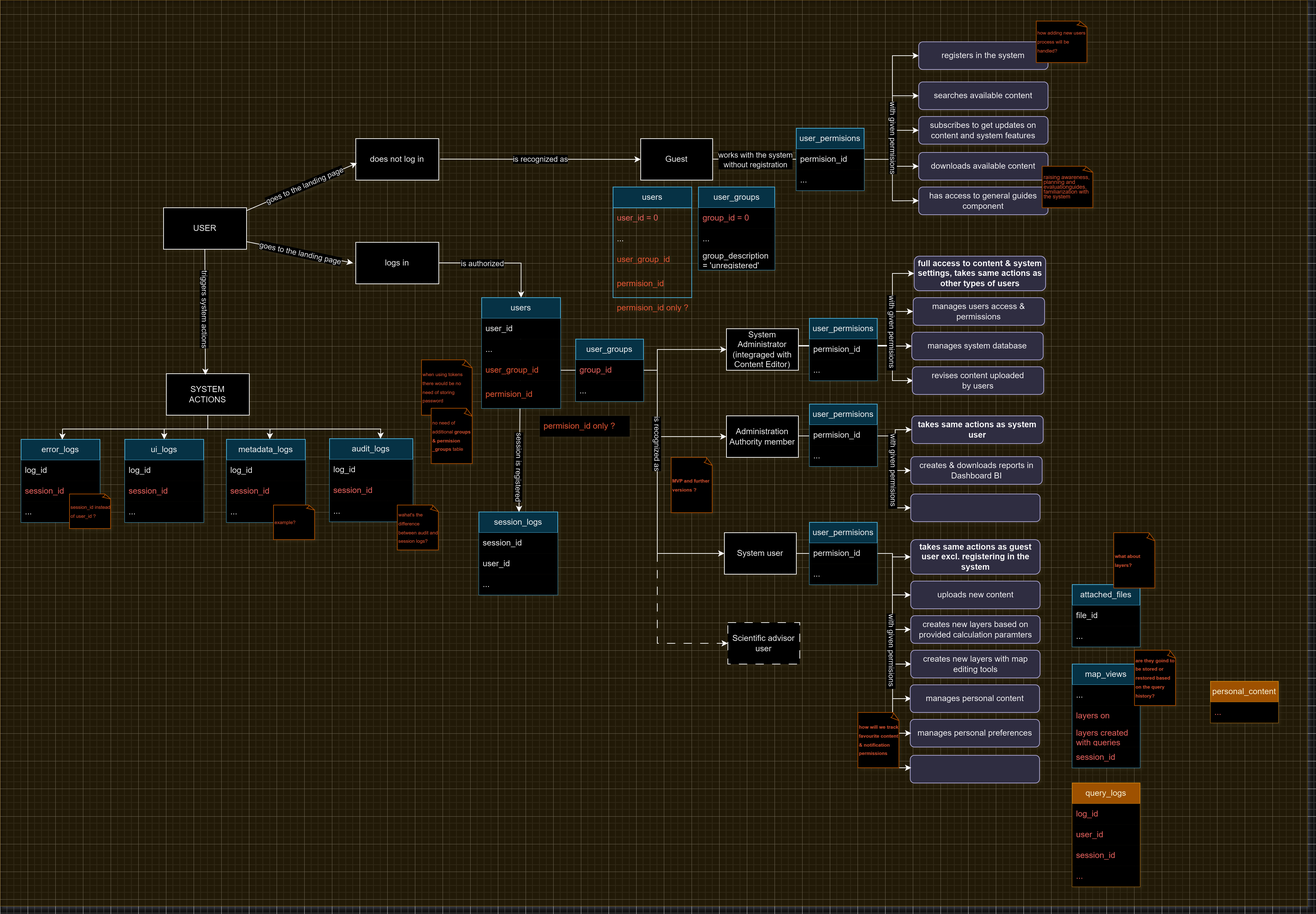
jnowakowska-pl/climat-risk-api keeps this draw.io diagram as docs/climateRiskApp_User_Services_Tables_functional_diagram_v1.0.0.png. Above is the earlier version. Source tidied: cells renumbered, new cells last; positions are measured from the earlier drawing's top-left corner, leaving out a move shared by most shapes.
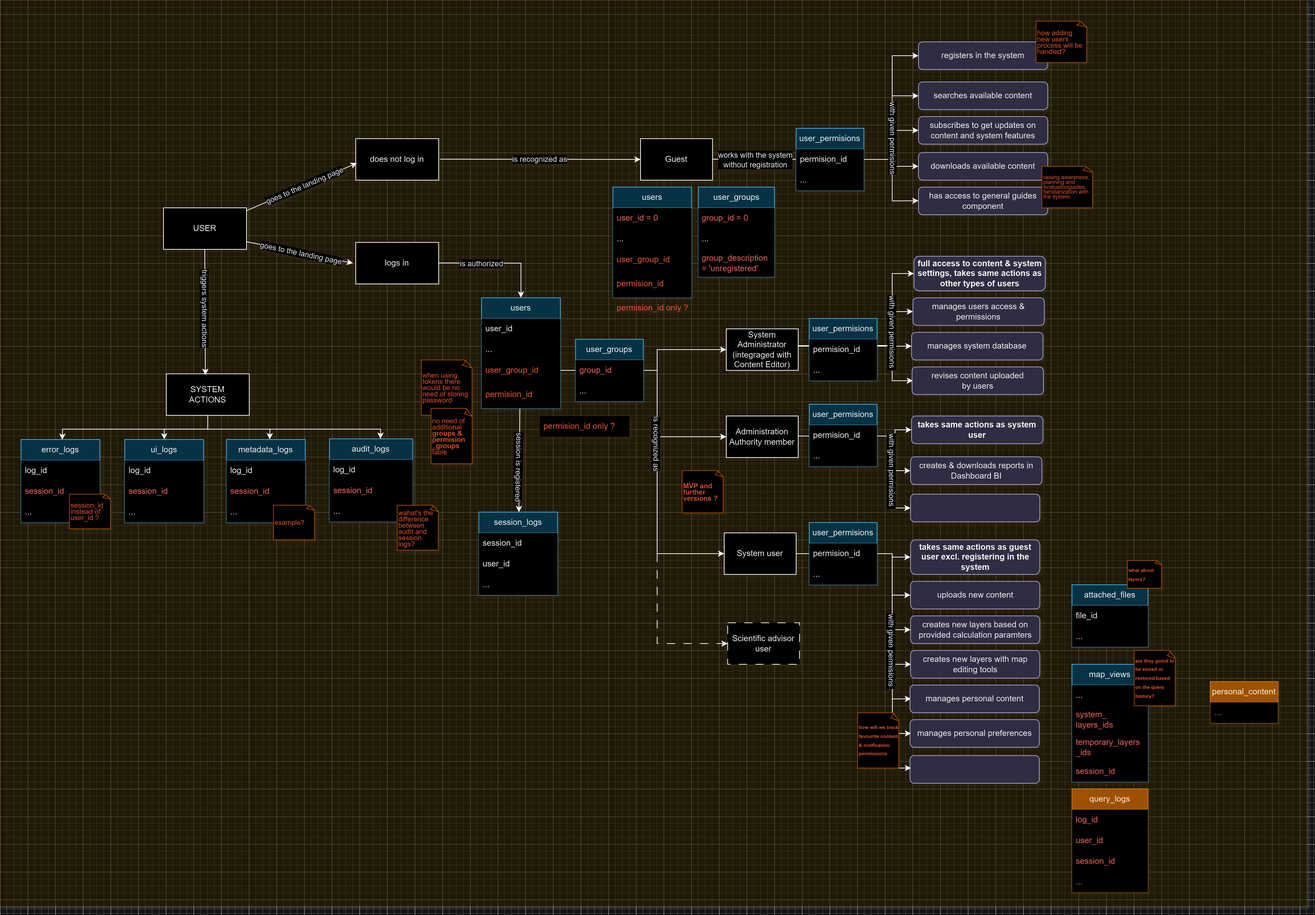
After the commit.

Commit message:
improved formatting of functional diagram

What changed in the source:
```diff
@@ -101,7 +101,7 @@
         <mxPoint x="-39" y="135" as="offset" />
       </mxGeometry>
     </mxCell>
-    <mxCell id="16" value="&lt;p style=&quot;line-height: 90%;&quot;&gt;&lt;span style=&quot;font-size: 7px;&quot;&gt;&lt;font&gt;when using tokens there would be no need of storing password&lt;/font&gt;&lt;/span&gt;&lt;/p&gt;" style="whiteSpace=wrap;html=1;shape=mxgraph.basic.document;align=left;strokeColor=orange;fontColor=#FF8363;" parent="1" vertex="1">
+    <mxCell id="16" value="&lt;p style=&quot;line-height: 90%; font-size: 10px;&quot;&gt;&lt;span style=&quot;font-size: 10px;&quot;&gt;&lt;font style=&quot;font-size: 10px;&quot;&gt;when using tokens there would be no need of storing password&lt;/font&gt;&lt;/span&gt;&lt;/p&gt;" style="whiteSpace=wrap;html=1;shape=mxgraph.basic.document;align=left;strokeColor=orange;fontColor=#FF8363;fontSize=10;" parent="1" vertex="1">
       <mxGeometry x="609" y="520" width="74" height="80" as="geometry" />
     </mxCell>
     <mxCell id="17" value="does not log in" style="rounded=0;whiteSpace=wrap;html=1;" parent="1" vertex="1">
@@ -180,19 +180,19 @@
     <mxCell id="36" value="users" style="swimlane;fontStyle=0;horizontal=1;startSize=30;whiteSpace=wrap;html=1;fillColor=#b1ddf0;strokeColor=#10739e;" parent="1" vertex="1">
       <mxGeometry x="886" y="270" width="113.8" height="160" as="geometry" />
     </mxCell>
-    <mxCell id="37" value="user_id = 0" style="text;strokeColor=none;fillColor=none;align=left;verticalAlign=middle;spacingLeft=4;spacingRight=4;overflow=hidden;whiteSpace=wrap;html=1;fontColor=#EA6B66;" parent="36" vertex="1">
+    <mxCell id="37" value="user_id = 0" style="text;strokeColor=none;fillColor=default;align=left;verticalAlign=middle;spacingLeft=4;spacingRight=4;overflow=hidden;whiteSpace=wrap;html=1;fontColor=#EA6B66;" parent="36" vertex="1">
       <mxGeometry y="30" width="113.8" height="30" as="geometry" />
     </mxCell>
-    <mxCell id="38" value="..." style="text;strokeColor=none;fillColor=none;align=left;verticalAlign=middle;spacingLeft=4;spacingRight=4;overflow=hidden;whiteSpace=wrap;html=1;" parent="36" vertex="1">
+    <mxCell id="38" value="..." style="text;strokeColor=none;fillColor=default;align=left;verticalAlign=middle;spacingLeft=4;spacingRight=4;overflow=hidden;whiteSpace=wrap;html=1;" parent="36" vertex="1">
       <mxGeometry y="60" width="113.8" height="30" as="geometry" />
     </mxCell>
-    <mxCell id="39" value="user_group_id" style="text;strokeColor=none;fillColor=none;align=left;verticalAlign=middle;spacingLeft=4;spacingRight=4;overflow=hidden;whiteSpace=wrap;html=1;fontColor=#FF7654;" parent="36" vertex="1">
+    <mxCell id="39" value="user_group_id" style="text;strokeColor=none;fillColor=default;align=left;verticalAlign=middle;spacingLeft=4;spacingRight=4;overflow=hidden;whiteSpace=wrap;html=1;fontColor=#FF7654;" parent="36" vertex="1">
       <mxGeometry y="90" width="113.8" height="30" as="geometry" />
     </mxCell>
-    <mxCell id="40" value="permision_id" style="text;strokeColor=none;fillColor=none;align=left;verticalAlign=middle;spacingLeft=4;spacingRight=4;overflow=hidden;whiteSpace=wrap;html=1;fontColor=#FF7654;" parent="36" vertex="1">
+    <mxCell id="40" value="permision_id" style="text;strokeColor=none;fillColor=default;align=left;verticalAlign=middle;spacingLeft=4;spacingRight=4;overflow=hidden;whiteSpace=wrap;html=1;fontColor=#FF7654;" parent="36" vertex="1">
       <mxGeometry y="120" width="113.8" height="40" as="geometry" />
     </mxCell>
-    <mxCell id="41" value="&lt;p style=&quot;line-height: 90%;&quot;&gt;&lt;span style=&quot;font-size: 7px;&quot;&gt;&lt;font&gt;no need of additional &lt;b&gt;groups &amp;amp; permision&lt;br&gt;_groups&amp;nbsp;&lt;/b&gt;table&lt;/font&gt;&lt;/span&gt;&lt;/p&gt;" style="whiteSpace=wrap;html=1;shape=mxgraph.basic.document;align=left;strokeColor=orange;fontColor=#FF8363;" parent="1" vertex="1">
+    <mxCell id="41" value="&lt;p style=&quot;line-height: 90%; font-size: 10px;&quot;&gt;&lt;span style=&quot;font-size: 10px;&quot;&gt;&lt;font style=&quot;font-size: 10px;&quot;&gt;no need of additional &lt;span style=&quot;font-size: 10px;&quot;&gt;&lt;b&gt;groups &amp;amp; permision&lt;/b&gt;&lt;br style=&quot;font-size: 10px;&quot;&gt;&lt;b&gt;_groups&amp;nbsp;&lt;br&gt;&lt;/b&gt;&lt;/span&gt;&lt;/font&gt;&lt;/span&gt;&lt;span style=&quot;background-color: initial;&quot;&gt;table&lt;/span&gt;&lt;/p&gt;" style="whiteSpace=wrap;html=1;shape=mxgraph.basic.document;align=left;strokeColor=orange;fontColor=#FF8363;fontSize=10;" parent="1" vertex="1">
       <mxGeometry x="623" y="590" width="60" height="80" as="geometry" />
     </mxCell>
     <mxCell id="42" value="permision_id only ?" style="text;strokeColor=none;fillColor=default;align=left;verticalAlign=middle;spacingLeft=4;spacingRight=4;overflow=hidden;whiteSpace=wrap;html=1;fontColor=#FF7654;" parent="1" vertex="1">
@@ -243,7 +243,7 @@
         </Array>
       </mxGeometry>
     </mxCell>
-    <mxCell id="53" value="&lt;p style=&quot;line-height: 90%;&quot;&gt;&lt;span style=&quot;font-size: 7px;&quot;&gt;&lt;font&gt;how adding new users process will be handled?&lt;/font&gt;&lt;/span&gt;&lt;/p&gt;" style="whiteSpace=wrap;html=1;shape=mxgraph.basic.document;align=left;strokeColor=orange;fontColor=#FF8363;" parent="1" vertex="1">
+    <mxCell id="53" value="&lt;p style=&quot;line-height: 90%; font-size: 10px;&quot;&gt;&lt;span style=&quot;font-size: 10px;&quot;&gt;&lt;font style=&quot;font-size: 10px;&quot;&gt;how adding new users process will be handled?&lt;/font&gt;&lt;/span&gt;&lt;/p&gt;" style="whiteSpace=wrap;html=1;shape=mxgraph.basic.document;align=left;strokeColor=orange;fontColor=#FF8363;fontSize=10;" parent="1" vertex="1">
       <mxGeometry x="1498" y="30" width="74" height="60" as="geometry" />
     </mxCell>
     <mxCell id="54" value="takes same actions as system user" style="rounded=1;whiteSpace=wrap;html=1;fillColor=#d0cee2;strokeColor=#56517e;fontStyle=1;" parent="1" vertex="1">
@@ -387,8 +387,8 @@
         </Array>
       </mxGeometry>
     </mxCell>
-    <mxCell id="89" value="&lt;p style=&quot;line-height: 90%;&quot;&gt;&lt;span style=&quot;font-size: 7px;&quot;&gt;&lt;b&gt;MVP and further versions ?&lt;/b&gt;&lt;/span&gt;&lt;/p&gt;" style="whiteSpace=wrap;html=1;shape=mxgraph.basic.document;align=left;strokeColor=orange;fontColor=#FF8363;" parent="1" vertex="1">
-      <mxGeometry x="970" y="661" width="60" height="80" as="geometry" />
+    <mxCell id="89" value="&lt;p style=&quot;line-height: 90%; font-size: 10px;&quot;&gt;&lt;span style=&quot;font-size: 10px;&quot;&gt;&lt;b style=&quot;font-size: 10px;&quot;&gt;MVP and further versions ?&lt;/b&gt;&lt;/span&gt;&lt;/p&gt;" style="whiteSpace=wrap;html=1;shape=mxgraph.basic.document;align=left;strokeColor=orange;fontColor=#FF8363;fontSize=10;" parent="1" vertex="1">
+      <mxGeometry x="986" y="680" width="60" height="61" as="geometry" />
     </mxCell>
     <mxCell id="90" value="creates new layers with map editing tools" style="rounded=1;whiteSpace=wrap;html=1;fillColor=#d0cee2;strokeColor=#56517e;" parent="1" vertex="1">
       <mxGeometry x="1316.5" y="940" width="187" height="40" as="geometry" />
@@ -428,20 +428,20 @@
     <mxCell id="101" value="..." style="text;strokeColor=none;fillColor=default;align=left;verticalAlign=middle;spacingLeft=4;spacingRight=4;overflow=hidden;whiteSpace=wrap;html=1;" parent="98" vertex="1">
       <mxGeometry y="90" width="114" height="30" as="geometry" />
     </mxCell>
-    <mxCell id="102" value="&lt;p style=&quot;line-height: 90%;&quot;&gt;&lt;span style=&quot;font-size: 7px;&quot;&gt;session_id instead of user_id ?&lt;/span&gt;&lt;/p&gt;" style="whiteSpace=wrap;html=1;shape=mxgraph.basic.document;align=left;strokeColor=orange;fontColor=#FF8363;" parent="1" vertex="1">
+    <mxCell id="102" value="&lt;p style=&quot;line-height: 90%; font-size: 10px;&quot;&gt;&lt;span style=&quot;font-size: 10px;&quot;&gt;session_id instead of user_id ?&lt;/span&gt;&lt;/p&gt;" style="whiteSpace=wrap;html=1;shape=mxgraph.basic.document;align=left;strokeColor=orange;fontColor=#FF8363;fontSize=10;" parent="1" vertex="1">
       <mxGeometry x="100" y="714" width="60" height="50" as="geometry" />
     </mxCell>
     <mxCell id="103" value="attached_files" style="swimlane;fontStyle=0;horizontal=1;startSize=30;whiteSpace=wrap;html=1;labelBackgroundColor=none;textShadow=0;fillColor=#b1ddf0;strokeColor=#10739e;" parent="1" vertex="1">
-      <mxGeometry x="1550" y="845" width="98" height="90" as="geometry" />
+      <mxGeometry x="1550" y="845" width="110" height="90" as="geometry" />
     </mxCell>
     <mxCell id="104" value="file_id" style="text;align=left;verticalAlign=middle;spacingLeft=4;spacingRight=4;overflow=hidden;whiteSpace=wrap;html=1;labelBackgroundColor=none;fillColor=default;" parent="103" vertex="1">
-      <mxGeometry y="30" width="98" height="30" as="geometry" />
+      <mxGeometry y="30" width="110" height="30" as="geometry" />
     </mxCell>
     <mxCell id="105" value="..." style="text;align=left;verticalAlign=middle;spacingLeft=4;spacingRight=4;overflow=hidden;whiteSpace=wrap;html=1;labelBackgroundColor=none;fillColor=default;" parent="103" vertex="1">
-      <mxGeometry y="60" width="98" height="30" as="geometry" />
+      <mxGeometry y="60" width="110" height="30" as="geometry" />
     </mxCell>
     <mxCell id="106" value="&lt;p style=&quot;line-height: 90%;&quot;&gt;&lt;span style=&quot;font-size: 7px;&quot;&gt;&lt;b&gt;what about layers?&lt;/b&gt;&lt;/span&gt;&lt;/p&gt;" style="whiteSpace=wrap;html=1;shape=mxgraph.basic.document;align=left;strokeColor=orange;fontColor=#FF8363;" parent="1" vertex="1">
-      <mxGeometry x="1610" y="770" width="60" height="80" as="geometry" />
+      <mxGeometry x="1630" y="810" width="50" height="40" as="geometry" />
     </mxCell>
     <mxCell id="107" value="audit_logs" style="swimlane;fontStyle=0;horizontal=1;startSize=30;whiteSpace=wrap;html=1;labelBackgroundColor=none;textShadow=0;fillColor=#b1ddf0;strokeColor=#10739e;" parent="1" vertex="1">
       <mxGeometry x="476" y="634" width="120.4" height="120" as="geometry" />
@@ -455,7 +455,7 @@
     <mxCell id="110" value="..." style="text;align=left;verticalAlign=middle;spacingLeft=4;spacingRight=4;overflow=hidden;whiteSpace=wrap;html=1;labelBackgroundColor=none;fillColor=default;" parent="107" vertex="1">
       <mxGeometry y="90" width="120.4" height="30" as="geometry" />
     </mxCell>
-    <mxCell id="111" value="&lt;p style=&quot;line-height: 90%;&quot;&gt;&lt;span style=&quot;font-size: 7px;&quot;&gt;wahat's the difference between audit and session logs?&lt;/span&gt;&lt;/p&gt;" style="whiteSpace=wrap;html=1;shape=mxgraph.basic.document;align=left;strokeColor=orange;fontColor=#FF8363;" parent="1" vertex="1">
+    <mxCell id="111" value="&lt;p style=&quot;line-height: 90%; font-size: 10px;&quot;&gt;&lt;span style=&quot;font-size: 10px;&quot;&gt;wahat's the difference between audit and session logs?&lt;/span&gt;&lt;/p&gt;" style="whiteSpace=wrap;html=1;shape=mxgraph.basic.document;align=left;strokeColor=orange;fontColor=#FF8363;fontSize=10;" parent="1" vertex="1">
       <mxGeometry x="574" y="730" width="60" height="65" as="geometry" />
     </mxCell>
     <mxCell id="112" value="ui_logs" style="swimlane;fontStyle=0;horizontal=1;startSize=30;whiteSpace=wrap;html=1;fillColor=#b1ddf0;strokeColor=#10739e;" parent="1" vertex="1">
@@ -482,41 +482,41 @@
     <mxCell id="119" value="..." style="text;strokeColor=none;fillColor=default;align=left;verticalAlign=middle;spacingLeft=4;spacingRight=4;overflow=hidden;whiteSpace=wrap;html=1;" parent="116" vertex="1">
       <mxGeometry y="90" width="114" height="30" as="geometry" />
     </mxCell>
-    <mxCell id="120" value="&lt;p style=&quot;line-height: 90%;&quot;&gt;&lt;span style=&quot;font-size: 7px;&quot;&gt;example?&lt;/span&gt;&lt;/p&gt;" style="whiteSpace=wrap;html=1;shape=mxgraph.basic.document;align=left;strokeColor=orange;fontColor=#FF8363;" parent="1" vertex="1">
+    <mxCell id="120" value="&lt;p style=&quot;line-height: 90%; font-size: 10px;&quot;&gt;&lt;span style=&quot;font-size: 10px;&quot;&gt;example?&lt;/span&gt;&lt;/p&gt;" style="whiteSpace=wrap;html=1;shape=mxgraph.basic.document;align=left;strokeColor=orange;fontColor=#FF8363;fontSize=10;" parent="1" vertex="1">
       <mxGeometry x="395" y="730" width="60" height="50" as="geometry" />
     </mxCell>
     <mxCell id="121" value="map_views" style="swimlane;fontStyle=0;horizontal=1;startSize=30;whiteSpace=wrap;html=1;labelBackgroundColor=none;textShadow=0;fillColor=#b1ddf0;strokeColor=#10739e;" parent="1" vertex="1">
-      <mxGeometry x="1550" y="960" width="98" height="150" as="geometry" />
+      <mxGeometry x="1550" y="960" width="110" height="170" as="geometry" />
     </mxCell>
     <mxCell id="122" value="..." style="text;align=left;verticalAlign=middle;spacingLeft=4;spacingRight=4;overflow=hidden;whiteSpace=wrap;html=1;labelBackgroundColor=none;fillColor=default;" parent="121" vertex="1">
-      <mxGeometry y="30" width="98" height="30" as="geometry" />
+      <mxGeometry y="30" width="110" height="30" as="geometry" />
     </mxCell>
-    <mxCell id="123" value="layers on" style="text;align=left;verticalAlign=middle;spacingLeft=4;spacingRight=4;overflow=hidden;whiteSpace=wrap;html=1;labelBackgroundColor=none;fillColor=default;fontColor=#EA6B66;" parent="121" vertex="1">
-      <mxGeometry y="60" width="98" height="30" as="geometry" />
+    <mxCell id="123" value="system_&lt;div&gt;layers_ids&lt;/div&gt;" style="text;align=left;verticalAlign=middle;spacingLeft=4;spacingRight=4;overflow=hidden;whiteSpace=wrap;html=1;labelBackgroundColor=none;fillColor=default;fontColor=#EA6B66;" parent="121" vertex="1">
+      <mxGeometry y="60" width="110" height="40" as="geometry" />
     </mxCell>
-    <mxCell id="124" value="layers created with queries" style="text;align=left;verticalAlign=middle;spacingLeft=4;spacingRight=4;overflow=hidden;whiteSpace=wrap;html=1;labelBackgroundColor=none;fillColor=default;fontColor=#EA6B66;" parent="121" vertex="1">
-      <mxGeometry y="90" width="98" height="30" as="geometry" />
+    <mxCell id="124" value="temporary_layers&lt;div&gt;_ids&lt;/div&gt;" style="text;align=left;verticalAlign=middle;spacingLeft=4;spacingRight=4;overflow=hidden;whiteSpace=wrap;html=1;labelBackgroundColor=none;fillColor=default;fontColor=#EA6B66;" parent="121" vertex="1">
+      <mxGeometry y="100" width="110" height="40" as="geometry" />
     </mxCell>
     <mxCell id="125" value="session_id" style="text;align=left;verticalAlign=middle;spacingLeft=4;spacingRight=4;overflow=hidden;whiteSpace=wrap;html=1;labelBackgroundColor=none;fillColor=default;fontColor=#EA6B66;" parent="121" vertex="1">
-      <mxGeometry y="120" width="98" height="30" as="geometry" />
+      <mxGeometry y="140" width="110" height="30" as="geometry" />
     </mxCell>
     <mxCell id="126" value="&lt;p style=&quot;line-height: 90%;&quot;&gt;&lt;span style=&quot;font-size: 7px;&quot;&gt;&lt;b&gt;are they goind to be stored or restored based on the query history?&lt;/b&gt;&lt;/span&gt;&lt;/p&gt;" style="whiteSpace=wrap;html=1;shape=mxgraph.basic.document;align=left;strokeColor=orange;fontColor=#FF8363;" parent="1" vertex="1">
       <mxGeometry x="1640" y="940" width="60" height="80" as="geometry" />
     </mxCell>
     <mxCell id="127" value="query_logs" style="swimlane;fontStyle=0;horizontal=1;startSize=30;whiteSpace=wrap;html=1;labelBackgroundColor=none;textShadow=0;fillColor=#f0a30a;strokeColor=#BD7000;fontColor=#000000;" parent="1" vertex="1">
-      <mxGeometry x="1550" y="1132" width="98" height="150" as="geometry" />
+      <mxGeometry x="1550" y="1140" width="110" height="150" as="geometry" />
     </mxCell>
     <mxCell id="128" value="log_id" style="text;align=left;verticalAlign=middle;spacingLeft=4;spacingRight=4;overflow=hidden;whiteSpace=wrap;html=1;labelBackgroundColor=none;fillColor=default;fontColor=#EA6B66;" parent="127" vertex="1">
-      <mxGeometry y="30" width="98" height="30" as="geometry" />
+      <mxGeometry y="30" width="110" height="30" as="geometry" />
     </mxCell>
     <mxCell id="129" value="user_id" style="text;align=left;verticalAlign=middle;spacingLeft=4;spacingRight=4;overflow=hidden;whiteSpace=wrap;html=1;labelBackgroundColor=none;fillColor=default;fontColor=#EA6B66;" parent="127" vertex="1">
-      <mxGeometry y="60" width="98" height="30" as="geometry" />
+      <mxGeometry y="60" width="110" height="30" as="geometry" />
     </mxCell>
     <mxCell id="130" value="session_id" style="text;align=left;verticalAlign=middle;spacingLeft=4;spacingRight=4;overflow=hidden;whiteSpace=wrap;html=1;labelBackgroundColor=none;fillColor=default;fontColor=#EA6B66;" parent="127" vertex="1">
-      <mxGeometry y="90" width="98" height="30" as="geometry" />
+      <mxGeometry y="90" width="110" height="30" as="geometry" />
     </mxCell>
     <mxCell id="131" value="..." style="text;align=left;verticalAlign=middle;spacingLeft=4;spacingRight=4;overflow=hidden;whiteSpace=wrap;html=1;labelBackgroundColor=none;fillColor=default;fontColor=#EA6B66;" parent="127" vertex="1">
-      <mxGeometry y="120" width="98" height="30" as="geometry" />
+      <mxGeometry y="120" width="110" height="30" as="geometry" />
     </mxCell>
     <mxCell id="132" style="endArrow=classic;html=1;rounded=0;entryX=0;entryY=0.5;entryDx=0;entryDy=0;" parent="1" edge="1">
       <mxGeometry relative="1" as="geometry">
@@ -608,7 +608,7 @@
       </mxGeometry>
     </mxCell>
     <mxCell id="148" value="user_groups" style="swimlane;fontStyle=0;horizontal=1;startSize=30;whiteSpace=wrap;html=1;labelBackgroundColor=none;textShadow=0;fillColor=#b1ddf0;strokeColor=#10739e;" parent="1" vertex="1">
-      <mxGeometry x="1009.5" y="270" width="110.2" height="120" as="geometry" />
+      <mxGeometry x="1009.5" y="270" width="110.2" height="130" as="geometry" />
     </mxCell>
     <mxCell id="149" value="group_id = 0" style="text;align=left;verticalAlign=middle;spacingLeft=4;spacingRight=4;overflow=hidden;whiteSpace=wrap;html=1;labelBackgroundColor=none;fillColor=default;fontColor=#EA6B66;" parent="148" vertex="1">
       <mxGeometry y="30" width="110.2" height="30" as="geometry" />
@@ -616,8 +616,11 @@
     <mxCell id="150" value="..." style="text;align=left;verticalAlign=middle;spacingLeft=4;spacingRight=4;overflow=hidden;whiteSpace=wrap;html=1;labelBackgroundColor=none;fillColor=default;" parent="148" vertex="1">
       <mxGeometry y="60" width="110.2" height="30" as="geometry" />
     </mxCell>
-    <mxCell id="151" value="group_description = 'unregistered'" style="text;align=left;verticalAlign=middle;spacingLeft=4;spacingRight=4;overflow=hidden;whiteSpace=wrap;html=1;labelBackgroundColor=none;fillColor=default;" parent="148" vertex="1">
-      <mxGeometry y="90" width="110.2" height="30" as="geometry" />
+    <mxCell id="151" value="group_description = 'unregistered'" style="text;align=left;verticalAlign=middle;spacingLeft=4;spacingRight=4;overflow=hidden;whiteSpace=wrap;html=1;labelBackgroundColor=none;fillColor=default;fontColor=#EA6B66;" parent="148" vertex="1">
+      <mxGeometry y="90" width="110.2" height="40" as="geometry" />
     </mxCell>
+    <mxCell id="152" style="edgeStyle=orthogonalEdgeStyle;rounded=0;orthogonalLoop=1;jettySize=auto;html=1;exitX=0.5;exitY=1;exitDx=0;exitDy=0;exitPerimeter=0;" parent="1" edge="1" source="126" target="126">
+      <mxGeometry relative="1" as="geometry" />
+    </mxCell>
   </root>
 </mxGraphModel>
```
